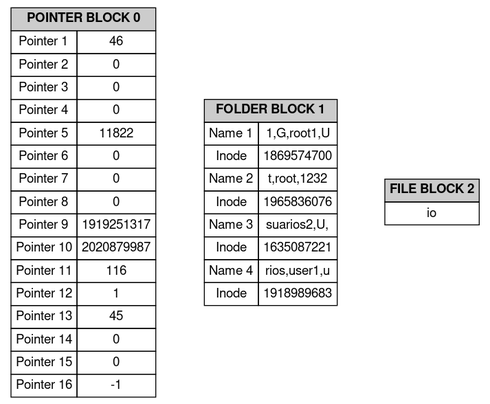
JoseLorenzana272/Disk-Creator-Simulation keeps this Graphviz diagram as r_outputs/block_report.png. Above is the earlier version. Its source is kept beside it as r_outputs/block_report.dot.
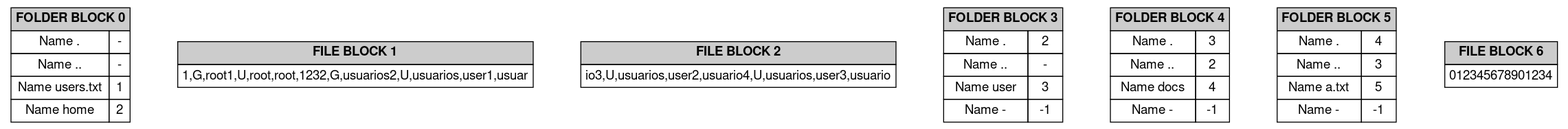
After the commit.

What changed in the source:
```diff
@@ -3,20 +3,38 @@
 		node [shape=none, fontname="Helvetica, Arial, sans-serif"];
 		graph [splines=true, nodesep=0.5, ranksep=0.4];
 		edge [color=black, arrowhead=normal];
-	pointerBlock0 [label=<
+	folderBlock0 [label=<
 		<table border="0" cellborder="1" cellspacing="0" cellpadding="4">
-			<tr><td colspan="2" bgcolor="#CCCCCC"><b>POINTER BLOCK 0</b></td></tr>
-	<tr><td>Pointer 1</td><td>46</td></tr><tr><td>Pointer 2</td><td>0</td></tr><tr><td>Pointer 3</td><td>0</td></tr><tr><td>Pointer 4</td><td>0</td></tr><tr><td>Pointer 5</td><td>11822</td></tr><tr><td>Pointer 6</td><td>0</td></tr><tr><td>Pointer 7</td><td>0</td></tr><tr><td>Pointer 8</td><td>0</td></tr><tr><td>Pointer 9</td><td>1919251317</td></tr><tr><td>Pointer 10</td><td>2020879987</td></tr><tr><td>Pointer 11</td><td>116</td></tr><tr><td>Pointer 12</td><td>1</td></tr><tr><td>Pointer 13</td><td>45</td></tr><tr><td>Pointer 14</td><td>0</td></tr><tr><td>Pointer 15</td><td>0</td></tr><tr><td>Pointer 16</td><td>-1</td></tr></table>>];
-folderBlock1 [label=<
+			<tr><td colspan="2" bgcolor="#CCCCCC"><b>FOLDER BLOCK 0</b></td></tr>
+	<tr><td>Name .</td><td>-</td></tr><tr><td>Name ..</td><td>-</td></tr><tr><td>Name users.txt</td><td>1</td></tr><tr><td>Name home</td><td>2</td></tr></table>>];
+fileBlock1 [label=<
 		<table border="0" cellborder="1" cellspacing="0" cellpadding="4">
-			<tr><td colspan="2" bgcolor="#CCCCCC"><b>FOLDER BLOCK 1</b></td></tr>
-	<tr><td>Name 1</td><td>1,G,root
-1,U</td></tr><tr><td>Inode</td><td>1869574700</td></tr><tr><td>Name 2</td><td>t,root,123
-2</td></tr><tr><td>Inode</td><td>1965836076</td></tr><tr><td>Name 3</td><td>suarios
-2,U,</td></tr><tr><td>Inode</td><td>1635087221</td></tr><tr><td>Name 4</td><td>rios,user1,u</td></tr><tr><td>Inode</td><td>1918989683</td></tr></table>>];
+			<tr><td colspan="2" bgcolor="#CCCCCC"><b>FILE BLOCK 1</b></td></tr>
+	<tr><td colspan="2">1,G,root
+1,U,root,root,123
+2,G,usuarios
+2,U,usuarios,user1,usuar</td></tr></table>>];
 fileBlock2 [label=<
 		<table border="0" cellborder="1" cellspacing="0" cellpadding="4">
 			<tr><td colspan="2" bgcolor="#CCCCCC"><b>FILE BLOCK 2</b></td></tr>
 	<tr><td colspan="2">io
+3,U,usuarios,user2,usuario
+4,U,usuarios,user3,usuario
 </td></tr></table>>];
+folderBlock3 [label=<
+		<table border="0" cellborder="1" cellspacing="0" cellpadding="4">
+			<tr><td colspan="2" bgcolor="#CCCCCC"><b>FOLDER BLOCK 3</b></td></tr>
+	<tr><td>Name .</td><td>2</td></tr><tr><td>Name ..</td><td>-</td></tr><tr><td>Name user</td><td>3</td></tr><tr><td>Name -</td><td>-1</td></tr></table>>];
+folderBlock4 [label=<
+		<table border="0" cellborder="1" cellspacing="0" cellpadding="4">
+			<tr><td colspan="2" bgcolor="#CCCCCC"><b>FOLDER BLOCK 4</b></td></tr>
+	<tr><td>Name .</td><td>3</td></tr><tr><td>Name ..</td><td>2</td></tr><tr><td>Name docs</td><td>4</td></tr><tr><td>Name -</td><td>-1</td></tr></table>>];
+folderBlock5 [label=<
+		<table border="0" cellborder="1" cellspacing="0" cellpadding="4">
+			<tr><td colspan="2" bgcolor="#CCCCCC"><b>FOLDER BLOCK 5</b></td></tr>
+	<tr><td>Name .</td><td>4</td></tr><tr><td>Name ..</td><td>3</td></tr><tr><td>Name a.txt</td><td>5</td></tr><tr><td>Name -</td><td>-1</td></tr></table>>];
+fileBlock6 [label=<
+		<table border="0" cellborder="1" cellspacing="0" cellpadding="4">
+			<tr><td colspan="2" bgcolor="#CCCCCC"><b>FILE BLOCK 6</b></td></tr>
+	<tr><td colspan="2">012345678901234</td></tr></table>>];
 }
```
